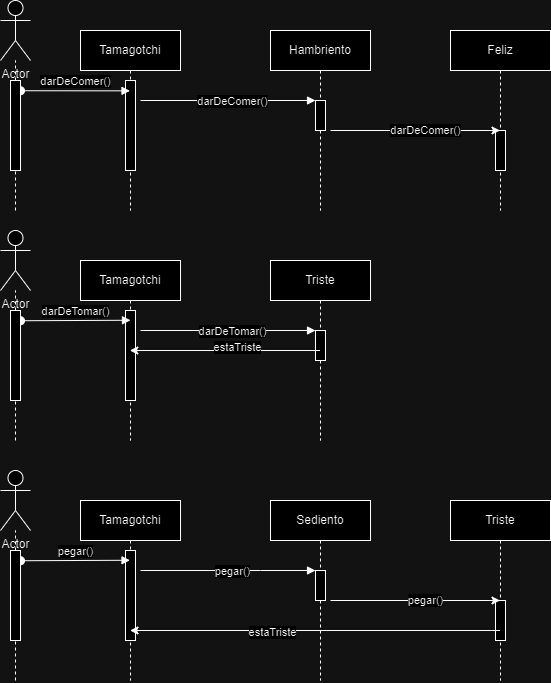
The draw.io diagram TP2/SecuenciaTamagochi.drawio.png in ilutteri/PR2, before a commit. Source tidied: cells renumbered, new cells last; positions are measured from the earlier drawing's top-left corner, leaving out a move shared by most shapes.
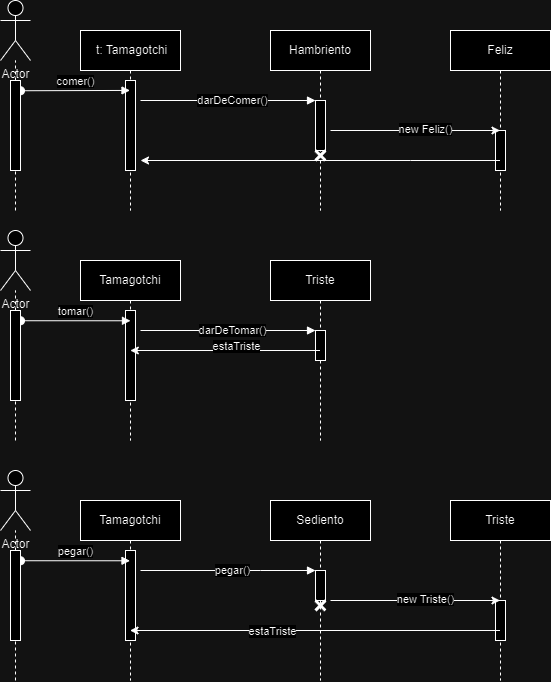
The same file after the commit.

Commit message:
correccion tamagochi

Diff of the diagram source:
```diff
@@ -2,7 +2,7 @@
   <root>
     <mxCell id="0" />
     <mxCell id="1" parent="0" />
-    <mxCell id="2" value="Tamagotchi" style="shape=umlLifeline;perimeter=lifelinePerimeter;whiteSpace=wrap;html=1;newEdgeStyle={&quot;edgeStyle&quot;:&quot;elbowEdgeStyle&quot;,&quot;elbow&quot;:&quot;vertical&quot;,&quot;curved&quot;:0,&quot;rounded&quot;:0};" parent="1" vertex="1">
+    <mxCell id="2" value="&amp;nbsp;t: Tamagotchi" style="shape=umlLifeline;perimeter=lifelinePerimeter;whiteSpace=wrap;html=1;newEdgeStyle={&quot;edgeStyle&quot;:&quot;elbowEdgeStyle&quot;,&quot;elbow&quot;:&quot;vertical&quot;,&quot;curved&quot;:0,&quot;rounded&quot;:0};" parent="1" vertex="1">
       <mxGeometry x="80" y="30" width="100" height="180" as="geometry" />
     </mxCell>
     <mxCell id="3" value="&lt;span style=&quot;color: rgba(0, 0, 0, 0); font-family: monospace; font-size: 0px; text-align: start;&quot;&gt;%3CmxGraphModel%3E%3Croot%3E%3CmxCell%20id%3D%220%22%2F%3E%3CmxCell%20id%3D%221%22%20parent%3D%220%22%2F%3E%3CmxCell%20id%3D%222%22%20value%3D%22%22%20style%3D%22endArrow%3Dclassic%3Bhtml%3D1%3Brounded%3D0%3Bdashed%3D1%3B%22%20edge%3D%221%22%20parent%3D%221%22%3E%3CmxGeometry%20width%3D%2250%22%20height%3D%2250%22%20relative%3D%221%22%20as%3D%22geometry%22%3E%3CmxPoint%20x%3D%22370%22%20y%3D%22159.76%22%20as%3D%22sourcePoint%22%2F%3E%3CmxPoint%20x%3D%22165%22%20y%3D%22159.76%22%20as%3D%22targetPoint%22%2F%3E%3C%2FmxGeometry%3E%3C%2FmxCell%3E%3CmxCell%20id%3D%223%22%20value%3D%22hambriento%22%20style%3D%22edgeLabel%3Bhtml%3D1%3Balign%3Dcenter%3BverticalAlign%3Dmiddle%3Bresizable%3D0%3Bpoints%3D%5B%5D%3B%22%20vertex%3D%221%22%20connectable%3D%220%22%20parent%3D%222%22%3E%3CmxGeometry%20x%3D%220.0729%22%20y%3D%22-2%22%20relative%3D%221%22%20as%3D%22geometry%22%3E%3CmxPoint%20as%3D%22offset%22%2F%3E%3C%2FmxGeometry%3E%3C%2FmxCell%3E%3C%2Froot%3E%3C%2FmxGraphModel%3E&lt;/span&gt;" style="html=1;perimeter=orthogonalPerimeter;targetShapes=umlLifeline;newEdgeStyle={&quot;edgeStyle&quot;:&quot;elbowEdgeStyle&quot;,&quot;elbow&quot;:&quot;vertical&quot;,&quot;curved&quot;:0,&quot;rounded&quot;:0};" parent="2" vertex="1">
@@ -12,12 +12,15 @@
       <mxGeometry x="270" y="30" width="100" height="180" as="geometry" />
     </mxCell>
     <mxCell id="5" style="html=1;points=[];perimeter=orthogonalPerimeter;outlineConnect=0;targetShapes=umlLifeline;portConstraint=eastwest;newEdgeStyle={&quot;edgeStyle&quot;:&quot;elbowEdgeStyle&quot;,&quot;elbow&quot;:&quot;vertical&quot;,&quot;curved&quot;:0,&quot;rounded&quot;:0};" parent="4" vertex="1">
-      <mxGeometry x="45" y="70" width="10" height="30" as="geometry" />
+      <mxGeometry x="45" y="70" width="10" height="50" as="geometry" />
     </mxCell>
+    <mxCell id="47" style="shape=umlDestroy;whiteSpace=wrap;html=1;strokeWidth=3;targetShapes=umlLifeline;" parent="4" vertex="1">
+      <mxGeometry x="45" y="120" width="10" height="10" as="geometry" />
+    </mxCell>
     <mxCell id="6" value="Actor" style="shape=umlActor;verticalLabelPosition=bottom;verticalAlign=top;html=1;outlineConnect=0;" parent="1" vertex="1">
       <mxGeometry width="30" height="60" as="geometry" />
     </mxCell>
-    <mxCell id="7" value="darDeComer()" style="html=1;verticalAlign=bottom;startArrow=oval;endArrow=block;startSize=8;edgeStyle=elbowEdgeStyle;elbow=vertical;curved=0;rounded=0;" parent="1" edge="1">
+    <mxCell id="7" value="comer()" style="html=1;verticalAlign=bottom;startArrow=oval;endArrow=block;startSize=8;edgeStyle=elbowEdgeStyle;elbow=vertical;curved=0;rounded=0;" parent="1" edge="1">
       <mxGeometry relative="1" as="geometry">
         <mxPoint x="20" y="90.2" as="sourcePoint" />
         <mxPoint x="129.5" y="90" as="targetPoint" />
@@ -56,7 +59,7 @@
         <mxPoint x="330" y="130" as="sourcePoint" />
       </mxGeometry>
     </mxCell>
-    <mxCell id="16" value="darDeComer()" style="edgeLabel;html=1;align=center;verticalAlign=middle;" parent="15" vertex="1">
+    <mxCell id="16" value="new Feliz()" style="edgeLabel;html=1;align=center;verticalAlign=middle;" parent="15" vertex="1">
       <mxGeometry x="0.11" y="1" relative="1" as="geometry" />
     </mxCell>
     <mxCell id="17" value="Tamagotchi" style="shape=umlLifeline;perimeter=lifelinePerimeter;whiteSpace=wrap;html=1;outlineConnect=0;portConstraint=eastwest;newEdgeStyle={&quot;edgeStyle&quot;:&quot;elbowEdgeStyle&quot;,&quot;elbow&quot;:&quot;vertical&quot;,&quot;curved&quot;:0,&quot;rounded&quot;:0};" parent="1" vertex="1">
@@ -74,7 +77,7 @@
     <mxCell id="21" value="Actor" style="shape=umlActor;verticalLabelPosition=bottom;verticalAlign=top;html=1;outlineConnect=0;" parent="1" vertex="1">
       <mxGeometry y="230" width="30" height="60" as="geometry" />
     </mxCell>
-    <mxCell id="22" value="darDeTomar()" style="html=1;verticalAlign=bottom;startArrow=oval;endArrow=block;startSize=8;edgeStyle=elbowEdgeStyle;elbow=vertical;curved=0;rounded=0;" parent="1" edge="1">
+    <mxCell id="22" value="tomar()" style="html=1;verticalAlign=bottom;startArrow=oval;endArrow=block;startSize=8;edgeStyle=elbowEdgeStyle;elbow=vertical;curved=0;rounded=0;" parent="1" edge="1">
       <mxGeometry relative="1" as="geometry">
         <mxPoint x="20" y="320.2" as="sourcePoint" />
         <mxPoint x="130" y="320" as="targetPoint" />
@@ -120,6 +123,9 @@
     <mxCell id="33" style="html=1;points=[];perimeter=orthogonalPerimeter;outlineConnect=0;targetShapes=umlLifeline;portConstraint=eastwest;newEdgeStyle={&quot;edgeStyle&quot;:&quot;elbowEdgeStyle&quot;,&quot;elbow&quot;:&quot;vertical&quot;,&quot;curved&quot;:0,&quot;rounded&quot;:0};" parent="32" vertex="1">
       <mxGeometry x="45" y="70" width="10" height="30" as="geometry" />
     </mxCell>
+    <mxCell id="48" style="shape=umlDestroy;whiteSpace=wrap;html=1;strokeWidth=3;targetShapes=umlLifeline;" parent="32" vertex="1">
+      <mxGeometry x="45" y="100" width="10" height="10" as="geometry" />
+    </mxCell>
     <mxCell id="34" value="Actor" style="shape=umlActor;verticalLabelPosition=bottom;verticalAlign=top;html=1;outlineConnect=0;" parent="1" vertex="1">
       <mxGeometry y="470" width="30" height="60" as="geometry" />
     </mxCell>
@@ -162,7 +168,7 @@
         <mxPoint x="330" y="600" as="sourcePoint" />
       </mxGeometry>
     </mxCell>
-    <mxCell id="44" value="pegar()" style="edgeLabel;html=1;align=center;verticalAlign=middle;" parent="43" vertex="1">
+    <mxCell id="44" value="new Triste()" style="edgeLabel;html=1;align=center;verticalAlign=middle;" parent="43" vertex="1">
       <mxGeometry x="0.11" y="1" relative="1" as="geometry" />
     </mxCell>
     <mxCell id="45" style="endArrow=classic;html=1;rounded=0;" parent="1" edge="1">
@@ -174,5 +180,13 @@
     <mxCell id="46" value="estaTriste" style="edgeLabel;html=1;align=center;verticalAlign=middle;" parent="45" vertex="1">
       <mxGeometry x="0.23" y="1" relative="1" as="geometry" />
     </mxCell>
+    <mxCell id="49" style="endArrow=classic;html=1;rounded=0;" parent="1" edge="1" source="13">
+      <mxGeometry relative="1" as="geometry">
+        <mxPoint x="140" y="160" as="targetPoint" />
+        <Array as="points">
+          <mxPoint x="410" y="160" />
+        </Array>
+      </mxGeometry>
+    </mxCell>
   </root>
 </mxGraphModel>
```
